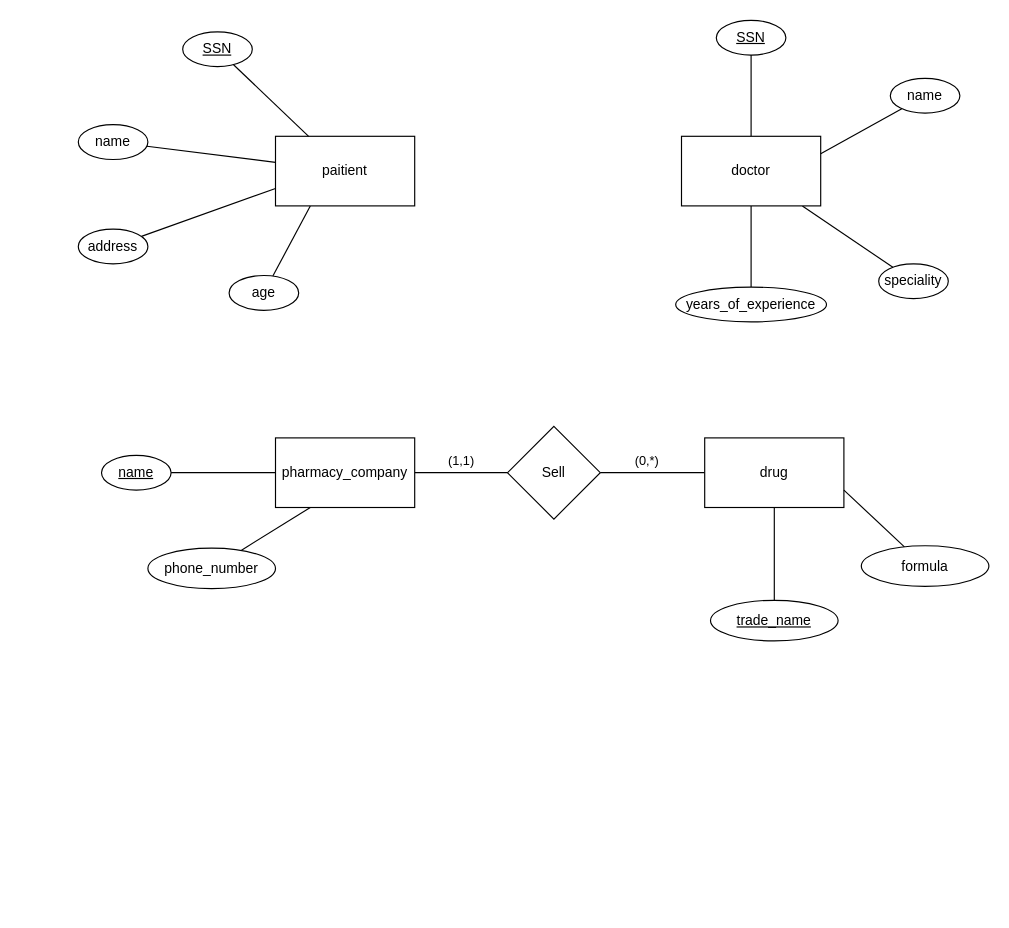
Earlier version of the draw.io diagram documentation/1_hm_db.drawio (semwett0301/booking-java-back). Source tidied: cells renumbered, new cells numbered last; positions are measured from the earlier drawing's top-left corner, leaving out a move shared by most shapes. Both pictures are drawn from the tidied source at 116%, with x=0, y=0 at pixel (78, 20).
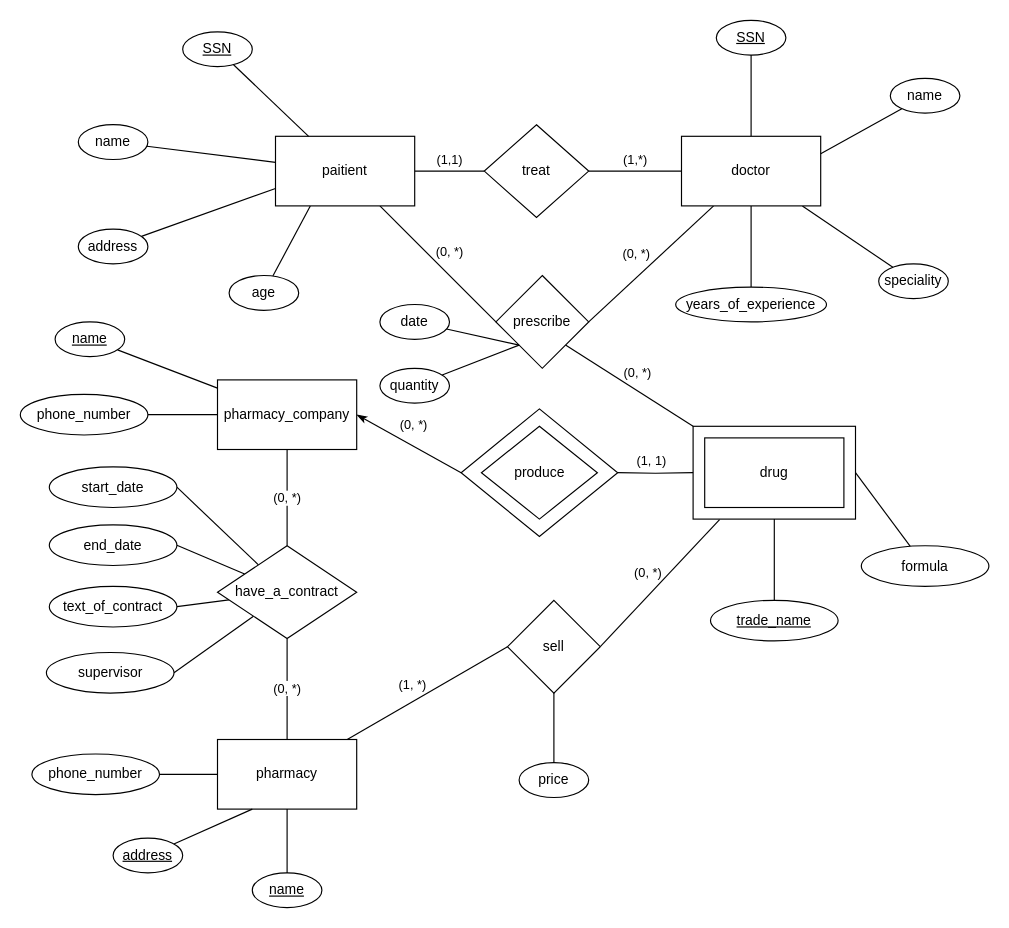
The same page after the edit.

The change refers to these unchanged cells:
```xml
<mxCell id="2" value="paitient" style="rounded=0;whiteSpace=wrap;html=1;" parent="1" vertex="1">
  <mxGeometry x="170" y="100" width="120" height="60" as="geometry" />
</mxCell>
<mxCell id="14" value="doctor" style="rounded=0;whiteSpace=wrap;html=1;" parent="1" vertex="1">
  <mxGeometry x="520" y="100" width="120" height="60" as="geometry" />
</mxCell>
<mxCell id="27" value="drug" style="rounded=0;whiteSpace=wrap;html=1;" parent="1" vertex="1">
  <mxGeometry x="540" y="360" width="120" height="60" as="geometry" />
</mxCell>
<mxCell id="29" value="trade_name" style="ellipse;whiteSpace=wrap;html=1;fontStyle=4;" parent="1" vertex="1">
  <mxGeometry x="545" y="500" width="110" height="35" as="geometry" />
</mxCell>
<mxCell id="31" value="formula" style="ellipse;whiteSpace=wrap;html=1;fontStyle=0;" parent="1" vertex="1">
  <mxGeometry x="675" y="453" width="110" height="35" as="geometry" />
</mxCell>
```

The edit, as a diff of the source:
```diff
@@
+    <mxCell id="33" style="rounded=0;whiteSpace=wrap;html=1;" parent="1" vertex="1">
+      <mxGeometry x="530" y="350" width="140" height="80" as="geometry" />
+    </mxCell>
+    <mxCell id="34" style="rhombus;whiteSpace=wrap;html=1;" parent="1" vertex="1">
+      <mxGeometry x="330" y="335" width="135" height="110" as="geometry" />
+    </mxCell>
+    <mxCell id="35" value="(1,1)" style="edgeStyle=orthogonalEdgeStyle;rounded=0;jettySize=auto;html=1;endArrow=none;endFill=0;" parent="1" edge="1" source="2" target="53">
+      <mxGeometry y="10" relative="1" as="geometry" />
+    </mxCell>
+    <mxCell id="36" value="(0, *)" style="rounded=0;jettySize=auto;html=1;entryX=0;entryY=0.5;entryDx=0;entryDy=0;endArrow=none;endFill=0;" parent="1" edge="1" source="2" target="57">
+      <mxGeometry y="14" relative="1" as="geometry" />
+    </mxCell>
@@
+    <mxCell id="37" value="(1,*)" style="edgeStyle=orthogonalEdgeStyle;rounded=0;jettySize=auto;html=1;endArrow=none;endFill=0;" parent="1" edge="1" source="14" target="53">
+      <mxGeometry y="-10" relative="1" as="geometry" />
+    </mxCell>
+    <mxCell id="38" style="rounded=0;jettySize=auto;html=1;entryX=1;entryY=0.5;entryDx=0;entryDy=0;endArrow=none;endFill=0;" parent="1" edge="1" source="14" target="57">
+      <mxGeometry relative="1" as="geometry" />
+    </mxCell>
+    <mxCell id="39" value="(0, *)" style="edgeLabel;html=1;align=center;verticalAlign=middle;" parent="38" vertex="1">
+      <mxGeometry x="0.38" y="-2" relative="1" as="geometry">
+        <mxPoint x="8" y="-27" as="offset" />
+      </mxGeometry>
+    </mxCell>
@@
-    <mxCell id="20" value="(1,1)" style="edgeStyle=orthogonalEdgeStyle;rounded=0;orthogonalLoop=1;jettySize=auto;html=1;endArrow=none;endFill=0;" parent="1" edge="1">
-      <mxGeometry y="10" relative="1" as="geometry">
-        <mxPoint x="290" y="390" as="sourcePoint" />
-        <mxPoint x="370" y="390" as="targetPoint" />
+    <mxCell id="20" value="(0, *)" style="rounded=0;jettySize=auto;html=1;endArrow=none;endFill=0;exitX=1;exitY=0.5;exitDx=0;exitDy=0;entryX=0;entryY=0.5;entryDx=0;entryDy=0;startArrow=classicThin;startFill=1;" parent="1" edge="1" source="21" target="34">
+      <mxGeometry x="-0.06" y="16" relative="1" as="geometry">
+        <mxPoint x="-1" as="offset" />
       </mxGeometry>
     </mxCell>
+    <mxCell id="40" value="(0, *)" style="edgeStyle=orthogonalEdgeStyle;rounded=0;jettySize=auto;html=1;endArrow=none;endFill=0;" parent="1" edge="1" source="21" target="66">
+      <mxGeometry relative="1" as="geometry" />
+    </mxCell>
     <mxCell id="21" value="pharmacy_company" style="rounded=0;whiteSpace=wrap;html=1;" parent="1" vertex="1">
-      <mxGeometry x="170" y="360" width="120" height="60" as="geometry" />
+      <mxGeometry x="120" y="310" width="120" height="60" as="geometry" />
     </mxCell>
-    <mxCell id="22" style="edgeStyle=orthogonalEdgeStyle;rounded=0;jettySize=auto;html=1;endArrow=none;endFill=0;" parent="1" edge="1" source="23" target="21">
+    <mxCell id="22" style="rounded=0;jettySize=auto;html=1;endArrow=none;endFill=0;" parent="1" edge="1" source="23" target="21">
       <mxGeometry relative="1" as="geometry" />
     </mxCell>
     <mxCell id="23" value="name" style="ellipse;whiteSpace=wrap;html=1;fontStyle=4;" parent="1" vertex="1">
-      <mxGeometry x="20" y="375" width="60" height="30" as="geometry" />
+      <mxGeometry x="-20" y="260" width="60" height="30" as="geometry" />
     </mxCell>
-    <mxCell id="24" style="rounded=0;jettySize=auto;html=1;entryX=0.25;entryY=1;entryDx=0;entryDy=0;endArrow=none;endFill=0;" parent="1" edge="1" source="25" target="21">
+    <mxCell id="24" style="rounded=0;jettySize=auto;html=1;entryX=0;entryY=0.5;entryDx=0;entryDy=0;endArrow=none;endFill=0;" parent="1" edge="1" source="25" target="21">
       <mxGeometry relative="1" as="geometry" />
     </mxCell>
     <mxCell id="25" value="phone_number" style="ellipse;whiteSpace=wrap;html=1;fontStyle=0;" parent="1" vertex="1">
-      <mxGeometry x="60" y="455" width="110" height="35" as="geometry" />
+      <mxGeometry x="-50" y="322.5" width="110" height="35" as="geometry" />
     </mxCell>
-    <mxCell id="26" value="(0,*)" style="edgeStyle=orthogonalEdgeStyle;rounded=0;jettySize=auto;html=1;entryX=1;entryY=0.5;entryDx=0;entryDy=0;endArrow=none;endFill=0;" parent="1" edge="1" source="27" target="32">
-      <mxGeometry x="0.11" y="-10" relative="1" as="geometry" />
+    <mxCell id="26" value="(1, 1)" style="edgeStyle=orthogonalEdgeStyle;rounded=0;jettySize=auto;html=1;endArrow=none;endFill=0;entryX=1;entryY=0.5;entryDx=0;entryDy=0;" parent="1" edge="1" target="34">
+      <mxGeometry x="0.14" y="-10" relative="1" as="geometry">
+        <mxPoint x="530" y="390" as="sourcePoint" />
+      </mxGeometry>
     </mxCell>
+    <mxCell id="41" value="(0, *)" style="rounded=0;jettySize=auto;html=1;entryX=1;entryY=0.5;entryDx=0;entryDy=0;endArrow=none;endFill=0;exitX=0.163;exitY=1.006;exitDx=0;exitDy=0;exitPerimeter=0;" parent="1" edge="1" source="33" target="54">
+      <mxGeometry y="-14" relative="1" as="geometry" />
+    </mxCell>
+    <mxCell id="42" style="rounded=0;jettySize=auto;html=1;entryX=1;entryY=1;entryDx=0;entryDy=0;endArrow=none;endFill=0;exitX=0;exitY=0;exitDx=0;exitDy=0;" parent="1" edge="1" source="33" target="57">
+      <mxGeometry relative="1" as="geometry" />
+    </mxCell>
+    <mxCell id="43" value="(0, *)" style="edgeLabel;html=1;align=center;verticalAlign=middle;" parent="42" vertex="1">
+      <mxGeometry x="-0.13" relative="1" as="geometry">
+        <mxPoint y="-16" as="offset" />
+      </mxGeometry>
+    </mxCell>
@@
-    <mxCell id="28" style="rounded=0;jettySize=auto;html=1;entryX=0.5;entryY=1;entryDx=0;entryDy=0;endArrow=none;endFill=0;" parent="1" edge="1" source="29" target="27">
+    <mxCell id="28" style="rounded=0;jettySize=auto;html=1;endArrow=none;endFill=0;entryX=0.5;entryY=1;entryDx=0;entryDy=0;" parent="1" edge="1" source="29" target="33">
       <mxGeometry relative="1" as="geometry" />
     </mxCell>
@@
-    <mxCell id="30" style="rounded=0;jettySize=auto;html=1;entryX=1;entryY=0.75;entryDx=0;entryDy=0;endArrow=none;endFill=0;" parent="1" edge="1" source="31" target="27">
+    <mxCell id="30" style="rounded=0;jettySize=auto;html=1;entryX=1;entryY=0.5;entryDx=0;entryDy=0;endArrow=none;endFill=0;" parent="1" edge="1" source="31" target="33">
       <mxGeometry relative="1" as="geometry" />
     </mxCell>
@@
-    <mxCell id="32" value="Sell" style="rhombus;whiteSpace=wrap;html=1;" parent="1" vertex="1">
-      <mxGeometry x="370" y="350" width="80" height="80" as="geometry" />
+    <mxCell id="32" value="produce" style="rhombus;whiteSpace=wrap;html=1;" parent="1" vertex="1">
+      <mxGeometry x="347.5" y="350" width="100" height="80" as="geometry" />
     </mxCell>
+    <mxCell id="44" value="(1, *)" style="rounded=0;jettySize=auto;html=1;entryX=0;entryY=0.5;entryDx=0;entryDy=0;endArrow=none;endFill=0;" parent="1" edge="1" source="46" target="54">
+      <mxGeometry x="-0.1" y="13" relative="1" as="geometry" />
+    </mxCell>
+    <mxCell id="45" value="(0, *)" style="edgeStyle=orthogonalEdgeStyle;rounded=0;jettySize=auto;html=1;endArrow=none;endFill=0;" parent="1" edge="1" source="46" target="66">
+      <mxGeometry relative="1" as="geometry" />
+    </mxCell>
+    <mxCell id="46" value="pharmacy" style="rounded=0;whiteSpace=wrap;html=1;" parent="1" vertex="1">
+      <mxGeometry x="120" y="620" width="120" height="60" as="geometry" />
+    </mxCell>
+    <mxCell id="47" style="edgeStyle=orthogonalEdgeStyle;rounded=0;jettySize=auto;html=1;endArrow=none;endFill=0;" parent="1" edge="1" source="48" target="46">
+      <mxGeometry relative="1" as="geometry" />
+    </mxCell>
+    <mxCell id="48" value="phone_number" style="ellipse;whiteSpace=wrap;html=1;fontStyle=0;" parent="1" vertex="1">
+      <mxGeometry x="-40" y="632.5" width="110" height="35" as="geometry" />
+    </mxCell>
+    <mxCell id="49" style="rounded=0;jettySize=auto;html=1;entryX=0.25;entryY=1;entryDx=0;entryDy=0;endArrow=none;endFill=0;" parent="1" edge="1" source="50" target="46">
+      <mxGeometry relative="1" as="geometry" />
+    </mxCell>
+    <mxCell id="50" value="address" style="ellipse;whiteSpace=wrap;html=1;fontStyle=4;" parent="1" vertex="1">
+      <mxGeometry x="30" y="705" width="60" height="30" as="geometry" />
+    </mxCell>
+    <mxCell id="51" style="rounded=0;jettySize=auto;html=1;entryX=0.5;entryY=1;entryDx=0;entryDy=0;endArrow=none;endFill=0;" parent="1" edge="1" source="52" target="46">
+      <mxGeometry relative="1" as="geometry" />
+    </mxCell>
+    <mxCell id="52" value="name" style="ellipse;whiteSpace=wrap;html=1;fontStyle=4;" parent="1" vertex="1">
+      <mxGeometry x="150" y="735" width="60" height="30" as="geometry" />
+    </mxCell>
+    <mxCell id="53" value="treat" style="rhombus;whiteSpace=wrap;html=1;" parent="1" vertex="1">
+      <mxGeometry x="350" y="90" width="90" height="80" as="geometry" />
+    </mxCell>
+    <mxCell id="54" value="sell" style="rhombus;whiteSpace=wrap;html=1;" parent="1" vertex="1">
+      <mxGeometry x="370" y="500" width="80" height="80" as="geometry" />
+    </mxCell>
+    <mxCell id="55" style="rounded=0;jettySize=auto;html=1;entryX=0.5;entryY=1;entryDx=0;entryDy=0;endArrow=none;endFill=0;" parent="1" edge="1" source="56" target="54">
+      <mxGeometry relative="1" as="geometry" />
+    </mxCell>
+    <mxCell id="56" value="price" style="ellipse;whiteSpace=wrap;html=1;fontStyle=0;" parent="1" vertex="1">
+      <mxGeometry x="380" y="640" width="60" height="30" as="geometry" />
+    </mxCell>
+    <mxCell id="57" value="prescribe" style="rhombus;whiteSpace=wrap;html=1;" parent="1" vertex="1">
+      <mxGeometry x="360" y="220" width="80" height="80" as="geometry" />
+    </mxCell>
+    <mxCell id="58" style="rounded=0;jettySize=auto;html=1;entryX=0;entryY=1;entryDx=0;entryDy=0;endArrow=none;endFill=0;" parent="1" edge="1" source="59" target="57">
+      <mxGeometry relative="1" as="geometry" />
+    </mxCell>
+    <mxCell id="59" value="date" style="ellipse;whiteSpace=wrap;html=1;" parent="1" vertex="1">
+      <mxGeometry x="260" y="245" width="60" height="30" as="geometry" />
+    </mxCell>
+    <mxCell id="60" style="rounded=0;jettySize=auto;html=1;entryX=0;entryY=1;entryDx=0;entryDy=0;endArrow=none;endFill=0;" parent="1" edge="1" source="61" target="57">
+      <mxGeometry relative="1" as="geometry" />
+    </mxCell>
+    <mxCell id="61" value="quantity" style="ellipse;whiteSpace=wrap;html=1;" parent="1" vertex="1">
+      <mxGeometry x="260" y="300" width="60" height="30" as="geometry" />
+    </mxCell>
+    <mxCell id="62" style="rounded=0;jettySize=auto;html=1;entryX=1;entryY=0.5;entryDx=0;entryDy=0;endArrow=none;endFill=0;" parent="1" edge="1" source="66" target="67">
+      <mxGeometry relative="1" as="geometry" />
+    </mxCell>
+    <mxCell id="63" style="rounded=0;jettySize=auto;html=1;entryX=1;entryY=0.5;entryDx=0;entryDy=0;endArrow=none;endFill=0;" parent="1" edge="1" source="66" target="68">
+      <mxGeometry relative="1" as="geometry" />
+    </mxCell>
+    <mxCell id="64" style="rounded=0;jettySize=auto;html=1;entryX=1;entryY=0.5;entryDx=0;entryDy=0;endArrow=none;endFill=0;" parent="1" edge="1" source="66" target="69">
+      <mxGeometry relative="1" as="geometry" />
+    </mxCell>
+    <mxCell id="65" style="rounded=0;jettySize=auto;html=1;entryX=1;entryY=0.5;entryDx=0;entryDy=0;endArrow=none;endFill=0;" parent="1" edge="1" source="66" target="70">
+      <mxGeometry relative="1" as="geometry" />
+    </mxCell>
+    <mxCell id="66" value="have_a_contract" style="rhombus;whiteSpace=wrap;html=1;" parent="1" vertex="1">
+      <mxGeometry x="120" y="453" width="120" height="80" as="geometry" />
+    </mxCell>
+    <mxCell id="67" value="end_date" style="ellipse;whiteSpace=wrap;html=1;fontStyle=0;" parent="1" vertex="1">
+      <mxGeometry x="-25" y="435" width="110" height="35" as="geometry" />
+    </mxCell>
+    <mxCell id="68" value="text_of_contract" style="ellipse;whiteSpace=wrap;html=1;fontStyle=0;" parent="1" vertex="1">
+      <mxGeometry x="-25" y="488" width="110" height="35" as="geometry" />
+    </mxCell>
+    <mxCell id="69" value="supervisor" style="ellipse;whiteSpace=wrap;html=1;fontStyle=0;" parent="1" vertex="1">
+      <mxGeometry x="-27.5" y="545" width="110" height="35" as="geometry" />
+    </mxCell>
+    <mxCell id="70" value="start_date" style="ellipse;whiteSpace=wrap;html=1;fontStyle=0;" parent="1" vertex="1">
+      <mxGeometry x="-25" y="385" width="110" height="35" as="geometry" />
+    </mxCell>
```
